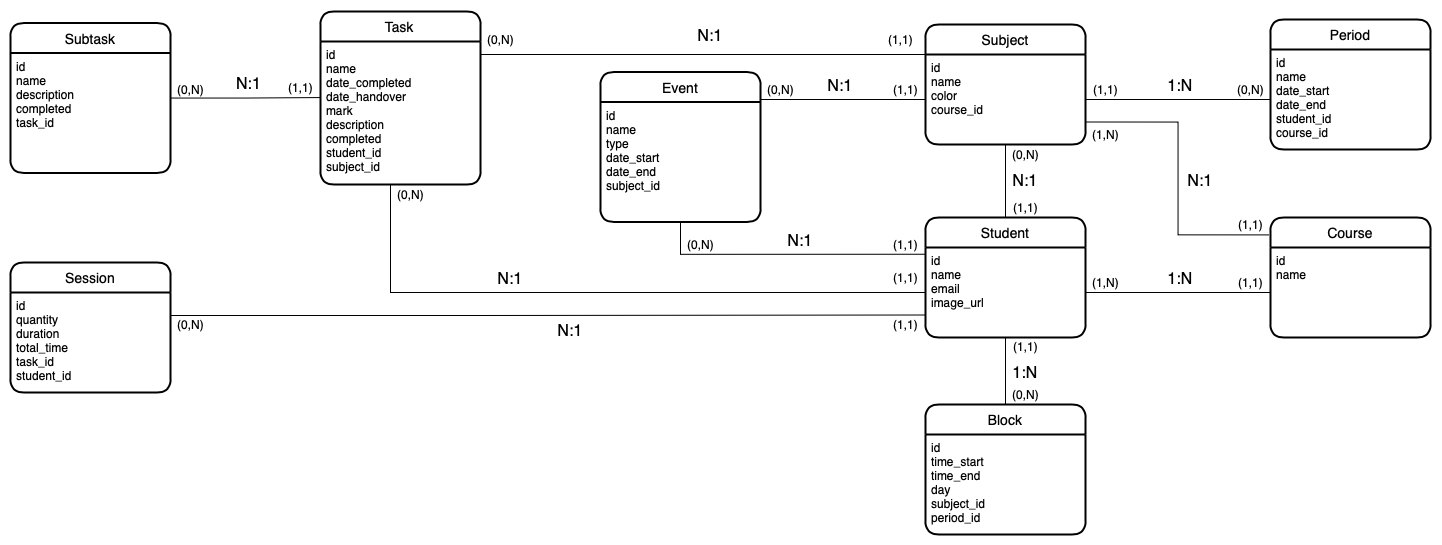
Earlier version of the draw.io export er_diagram.png (devjust4/powertask-backend). Source tidied: cells renumbered, new cells last; positions are measured from the earlier drawing's top-left corner, leaving out a move shared by most shapes.
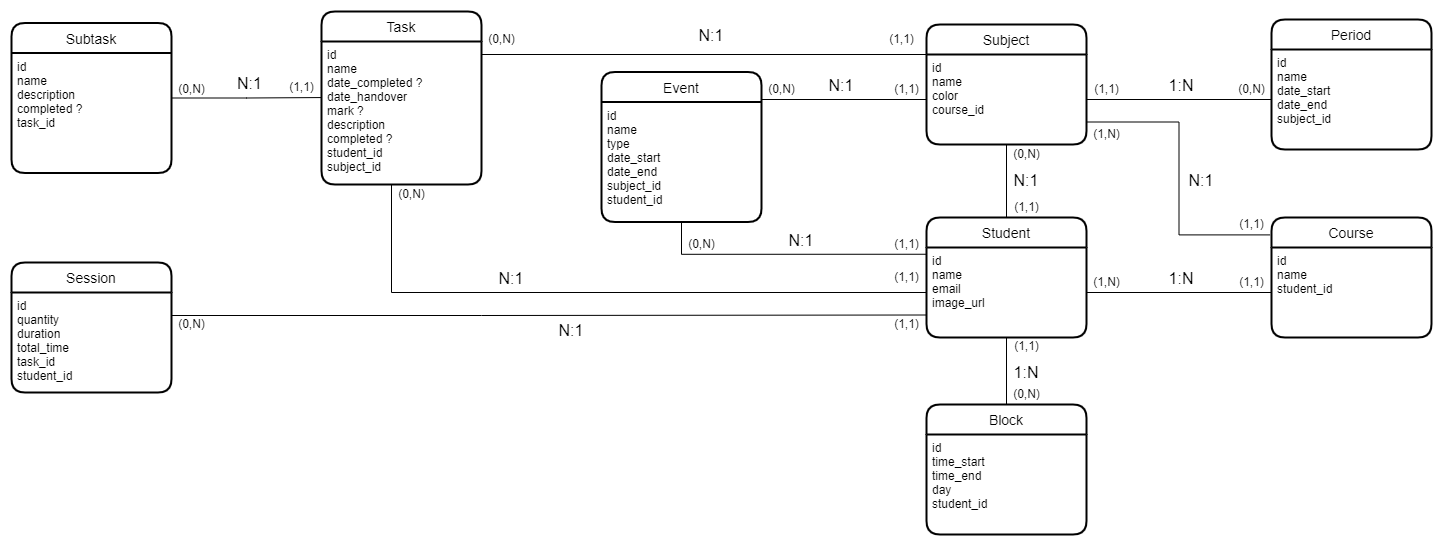
The same diagram one commit later.

What changed in the source:
```diff
@@ -20,7 +20,7 @@
     <mxCell id="7" value="Course" style="swimlane;horizontal=1;startSize=30;rounded=1;fontSize=14;fontStyle=0;strokeWidth=2;shadow=0;dashed=0;align=center;" parent="1" vertex="1">
       <mxGeometry x="1260" y="206" width="160" height="120" as="geometry" />
     </mxCell>
-    <mxCell id="8" value="id&#10;name" style="align=left;strokeColor=none;fillColor=none;spacingLeft=4;fontSize=12;verticalAlign=top;rounded=1;shadow=0;" parent="7" vertex="1">
+    <mxCell id="8" value="id&#10;name&#10;student_id" style="align=left;strokeColor=none;fillColor=none;spacingLeft=4;fontSize=12;verticalAlign=top;rounded=1;shadow=0;" parent="7" vertex="1">
       <mxGeometry y="30" width="160" height="90" as="geometry" />
     </mxCell>
     <mxCell id="9" value="Subject" style="swimlane;horizontal=1;startSize=30;rounded=1;fontSize=14;fontStyle=0;strokeWidth=2;shadow=0;dashed=0;align=center;" parent="1" vertex="1">
@@ -32,7 +32,7 @@
     <mxCell id="11" value="Task" style="swimlane;horizontal=1;startSize=30;rounded=1;fontSize=14;fontStyle=0;strokeWidth=2;shadow=0;dashed=0;align=center;sketch=0;" parent="1" vertex="1">
       <mxGeometry x="310" width="160" height="173" as="geometry" />
     </mxCell>
-    <mxCell id="12" value="id&#10;name&#10;date_completed&#10;date_handover&#10;mark&#10;description&#10;completed&#10;student_id&#10;subject_id" style="align=left;strokeColor=none;fillColor=none;spacingLeft=4;fontSize=12;verticalAlign=top;rounded=1;shadow=0;labelBackgroundColor=none;" parent="11" vertex="1">
+    <mxCell id="12" value="id&#10;name&#10;date_completed ?&#10;date_handover&#10;mark ?&#10;description&#10;completed ?&#10;student_id&#10;subject_id" style="align=left;strokeColor=none;fillColor=none;spacingLeft=4;fontSize=12;verticalAlign=top;rounded=1;shadow=0;labelBackgroundColor=none;" parent="11" vertex="1">
       <mxGeometry y="30" width="160" height="143" as="geometry" />
     </mxCell>
     <mxCell id="13" style="edgeStyle=orthogonalEdgeStyle;rounded=0;jettySize=auto;html=1;entryX=-0.002;entryY=0.392;entryDx=0;entryDy=0;fontSize=12;endArrow=none;endFill=0;entryPerimeter=0;" parent="1" edge="1" source="14" target="12">
@@ -41,7 +41,7 @@
     <mxCell id="14" value="Subtask" style="swimlane;horizontal=1;startSize=30;rounded=1;fontSize=14;fontStyle=0;strokeWidth=2;shadow=0;dashed=0;align=center;" parent="1" vertex="1">
       <mxGeometry y="11.5" width="160" height="150" as="geometry" />
     </mxCell>
-    <mxCell id="15" value="id&#10;name&#10;description&#10;completed&#10;task_id" style="align=left;strokeColor=none;fillColor=none;spacingLeft=4;fontSize=12;verticalAlign=top;rounded=1;shadow=0;" parent="14" vertex="1">
+    <mxCell id="15" value="id&#10;name&#10;description&#10;completed ?&#10;task_id" style="align=left;strokeColor=none;fillColor=none;spacingLeft=4;fontSize=12;verticalAlign=top;rounded=1;shadow=0;" parent="14" vertex="1">
       <mxGeometry y="30" width="160" height="120" as="geometry" />
     </mxCell>
     <mxCell id="16" value="N:1" style="text;strokeColor=none;fillColor=none;spacingLeft=4;spacingRight=4;overflow=hidden;fontSize=16;rounded=1;shadow=0;" parent="1" vertex="1">
@@ -53,19 +53,19 @@
     <mxCell id="18" value="Period" style="swimlane;horizontal=1;startSize=30;rounded=1;fontSize=14;fontStyle=0;strokeWidth=2;shadow=0;dashed=0;align=center;" parent="1" vertex="1">
       <mxGeometry x="1260" y="8" width="160" height="130" as="geometry" />
     </mxCell>
-    <mxCell id="19" value="id&#10;name&#10;date_start&#10;date_end&#10;student_id&#10;course_id" style="align=left;strokeColor=none;fillColor=none;spacingLeft=4;fontSize=12;verticalAlign=top;rounded=1;shadow=0;fontStyle=0;" parent="18" vertex="1">
+    <mxCell id="19" value="id&#10;name&#10;date_start&#10;date_end&#10;subject_id" style="align=left;strokeColor=none;fillColor=none;spacingLeft=4;fontSize=12;verticalAlign=top;rounded=1;shadow=0;fontStyle=0;" parent="18" vertex="1">
       <mxGeometry y="30" width="160" height="100" as="geometry" />
     </mxCell>
     <mxCell id="20" value="Block" style="swimlane;horizontal=1;startSize=30;rounded=1;fontSize=14;fontStyle=0;strokeWidth=2;shadow=0;dashed=0;align=center;" parent="1" vertex="1">
       <mxGeometry x="915" y="393" width="160" height="130" as="geometry" />
     </mxCell>
-    <mxCell id="21" value="id&#10;time_start&#10;time_end&#10;day&#10;subject_id&#10;period_id" style="align=left;strokeColor=none;fillColor=none;spacingLeft=4;fontSize=12;verticalAlign=top;rounded=1;shadow=0;" parent="20" vertex="1">
+    <mxCell id="21" value="id&#10;time_start&#10;time_end&#10;day&#10;student_id" style="align=left;strokeColor=none;fillColor=none;spacingLeft=4;fontSize=12;verticalAlign=top;rounded=1;shadow=0;" parent="20" vertex="1">
       <mxGeometry y="30" width="160" height="100" as="geometry" />
     </mxCell>
     <mxCell id="22" value="Event" style="swimlane;horizontal=1;startSize=30;rounded=1;fontSize=14;fontStyle=0;strokeWidth=2;shadow=0;dashed=0;align=center;" parent="1" vertex="1">
       <mxGeometry x="590" y="60.5" width="160" height="150" as="geometry" />
     </mxCell>
-    <mxCell id="23" value="id&#10;name&#10;type&#10;date_start&#10;date_end&#10;subject_id" style="align=left;strokeColor=none;fillColor=none;spacingLeft=4;fontSize=12;verticalAlign=top;rounded=1;shadow=0;" parent="22" vertex="1">
+    <mxCell id="23" value="id&#10;name&#10;type&#10;date_start&#10;date_end&#10;subject_id&#10;student_id" style="align=left;strokeColor=none;fillColor=none;spacingLeft=4;fontSize=12;verticalAlign=top;rounded=1;shadow=0;" parent="22" vertex="1">
       <mxGeometry y="30" width="160" height="120" as="geometry" />
     </mxCell>
     <mxCell id="24" style="edgeStyle=orthogonalEdgeStyle;rounded=0;jettySize=auto;html=1;entryX=0;entryY=0.5;entryDx=0;entryDy=0;fontSize=12;endArrow=none;endFill=0;" parent="1" edge="1" source="12" target="5">
```
